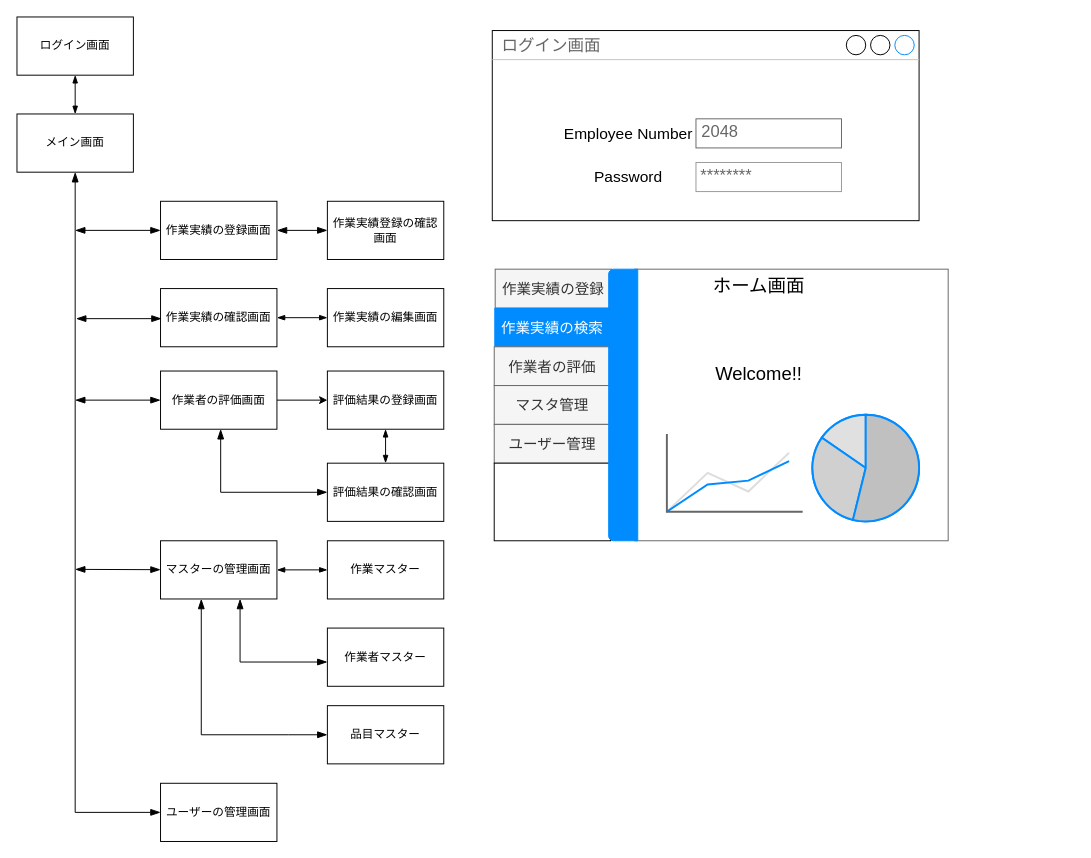
This is page "st" (2 of 8) of docs/blueprint.drawio from junyatanak/work-report-system, a draw.io file, before an edit. Source tidied: cells renumbered, new cells numbered last; positions are measured from the earlier drawing's top-left corner, leaving out a move shared by most shapes. Both pictures are drawn from the tidied source at 97%, with x=0, y=0 at pixel (16, 16).
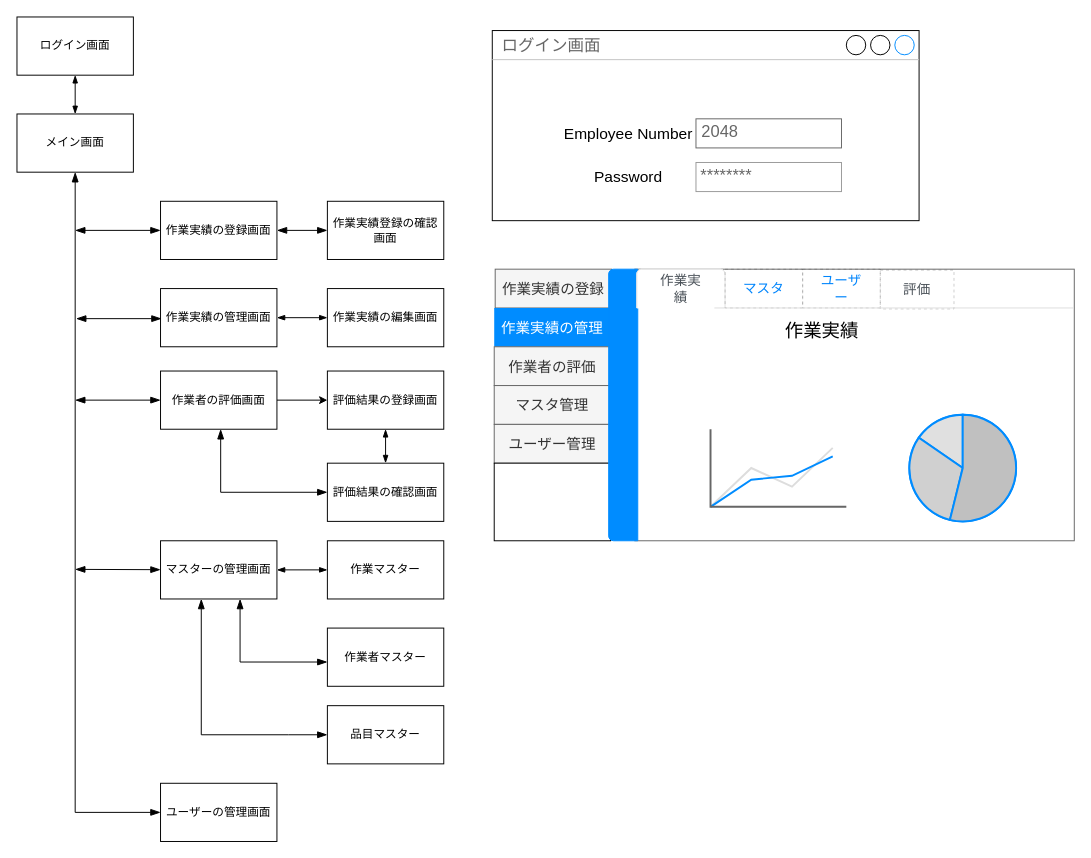
Above is the later version.

Diff of the diagram source:
```diff
@@
-    <mxCell id="5" value="作業実績の確認画面" style="whiteSpace=wrap;html=1;" parent="1" vertex="1">
+    <mxCell id="5" value="作業実績の管理画面" style="whiteSpace=wrap;html=1;" parent="1" vertex="1">
       <mxGeometry x="148" y="280" width="120" height="60" as="geometry" />
     </mxCell>
@@
-    <mxCell id="29" value="&lt;font style=&quot;font-size: 19px;&quot;&gt;ホーム画面&lt;/font&gt;&lt;div&gt;&lt;font style=&quot;font-size: 19px;&quot;&gt;&lt;br&gt;&lt;/font&gt;&lt;/div&gt;&lt;div&gt;&lt;font style=&quot;font-size: 19px;&quot;&gt;&lt;br&gt;&lt;/font&gt;&lt;/div&gt;&lt;div&gt;&lt;font style=&quot;font-size: 19px;&quot;&gt;&lt;br&gt;&lt;/font&gt;&lt;/div&gt;&lt;div&gt;&lt;font style=&quot;font-size: 19px;&quot;&gt;Welcome!&lt;/font&gt;&lt;span style=&quot;font-size: 19px; background-color: transparent;&quot;&gt;!&lt;/span&gt;&lt;/div&gt;" style="strokeWidth=1;shadow=0;dashed=0;align=center;html=1;shape=mxgraph.mockup.containers.marginRect2;rectMarginLeft=67;strokeColor=#666666;gradientColor=none;whiteSpace=wrap;verticalAlign=top;" parent="1" vertex="1">
-      <mxGeometry x="570" y="260" width="390" height="280" as="geometry" />
+    <mxCell id="29" value="&lt;div&gt;&lt;font style=&quot;font-size: 19px;&quot;&gt;&lt;br&gt;&lt;/font&gt;&lt;/div&gt;&lt;font style=&quot;font-size: 19px;&quot;&gt;&lt;div&gt;&lt;font style=&quot;font-size: 19px;&quot;&gt;&lt;br&gt;&lt;/font&gt;&lt;/div&gt;作業実績&lt;/font&gt;" style="strokeWidth=1;shadow=0;dashed=0;align=center;html=1;shape=mxgraph.mockup.containers.marginRect2;rectMarginLeft=67;strokeColor=#666666;gradientColor=none;whiteSpace=wrap;verticalAlign=top;" parent="1" vertex="1">
+      <mxGeometry x="570" y="260" width="520" height="280" as="geometry" />
     </mxCell>
@@
-    <mxCell id="31" value="&lt;font style=&quot;color: rgb(255, 255, 255); font-size: 15px;&quot;&gt;作業実績の検索&lt;/font&gt;" style="whiteSpace=wrap;html=1;fillColor=#008CFF;strokeColor=none;" parent="1" vertex="1">
+    <mxCell id="31" value="&lt;font style=&quot;color: rgb(255, 255, 255); font-size: 15px;&quot;&gt;作業実績の管理&lt;/font&gt;" style="whiteSpace=wrap;html=1;fillColor=#008CFF;strokeColor=none;" parent="1" vertex="1">
       <mxGeometry x="492" y="300" width="120" height="40" as="geometry" />
     </mxCell>
@@
     <mxCell id="36" style="verticalLabelPosition=bottom;shadow=0;dashed=0;align=center;html=1;verticalAlign=top;strokeWidth=1;shape=mxgraph.mockup.graphics.pieChart;strokeColor=#008cff;parts=10,20,35;partColors=#e0e0e0,#d0d0d0,#c0c0c0,#b0b0b0,#a0a0a0;strokeWidth=2;" parent="1" vertex="1">
-      <mxGeometry x="820" y="410" width="110" height="110" as="geometry" />
+      <mxGeometry x="920" y="410" width="110" height="110" as="geometry" />
     </mxCell>
     <mxCell id="37" style="verticalLabelPosition=bottom;shadow=0;dashed=0;align=center;html=1;verticalAlign=top;strokeWidth=1;shape=mxgraph.mockup.graphics.lineChart;strokeColor=none;strokeColor2=#666666;strokeColor3=#008cff;strokeColor4=#dddddd;" parent="1" vertex="1">
-      <mxGeometry x="670" y="430" width="140" height="80" as="geometry" />
+      <mxGeometry x="715" y="425" width="140" height="80" as="geometry" />
     </mxCell>
@@
+    <mxCell id="45" value="作業実績" style="html=1;shadow=0;dashed=0;shape=mxgraph.bootstrap.tabTop;strokeColor=#DFDFDF;fillColor=#ffffff;rSize=5;perimeter=none;whiteSpace=wrap;align=center;spacing=20;fontSize=14;fontColor=#4B5259;" parent="1" vertex="1">
+      <mxGeometry x="639" y="260" width="91" height="40" as="geometry" />
+    </mxCell>
+    <mxCell id="46" value="マスタ" style="strokeColor=default;fillColor=none;rSize=5;perimeter=none;whiteSpace=wrap;align=center;spacing=20;fontSize=14;fontColor=#0085FC;dashed=1;opacity=20;" parent="1" vertex="1">
+      <mxGeometry x="730" y="260" width="80" height="40" as="geometry" />
+    </mxCell>
+    <mxCell id="47" value="ユーザー" style="strokeColor=default;fillColor=none;rSize=5;perimeter=none;whiteSpace=wrap;align=center;spacing=20;fontSize=14;fontColor=#0085FC;dashed=1;opacity=20;" parent="1" vertex="1">
+      <mxGeometry x="810" y="260" width="80" height="40" as="geometry" />
+    </mxCell>
+    <mxCell id="48" value="評価" style="strokeColor=default;fillColor=none;rSize=5;perimeter=none;whiteSpace=wrap;align=center;spacing=20;fontSize=14;fontColor=#0085FC;fontColor=#4B5259;dashed=1;opacity=20;" parent="1" vertex="1">
+      <mxGeometry x="890" y="261" width="76" height="40" as="geometry" />
+    </mxCell>
+    <mxCell id="49" style="shape=line;strokeColor=#dddddd;" parent="1" vertex="1">
+      <mxGeometry x="719" y="295" width="370" height="10" as="geometry" />
+    </mxCell>
```
